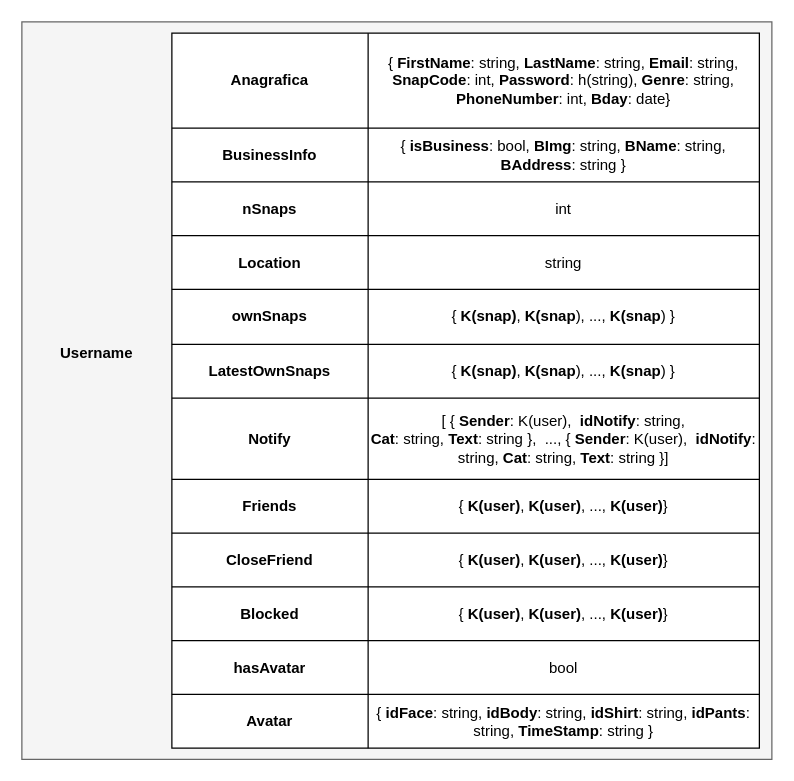
Earlier version of the draw.io diagram NoAM/collection-user.drawio (Antonet99/noSQL-Snapchat). Source tidied: cells renumbered, new cells numbered last; positions are measured from the earlier drawing's top-left corner, leaving out a move shared by most shapes. Both pictures are drawn from the tidied source at 125%, with x=0, y=0 at pixel (21, 21).
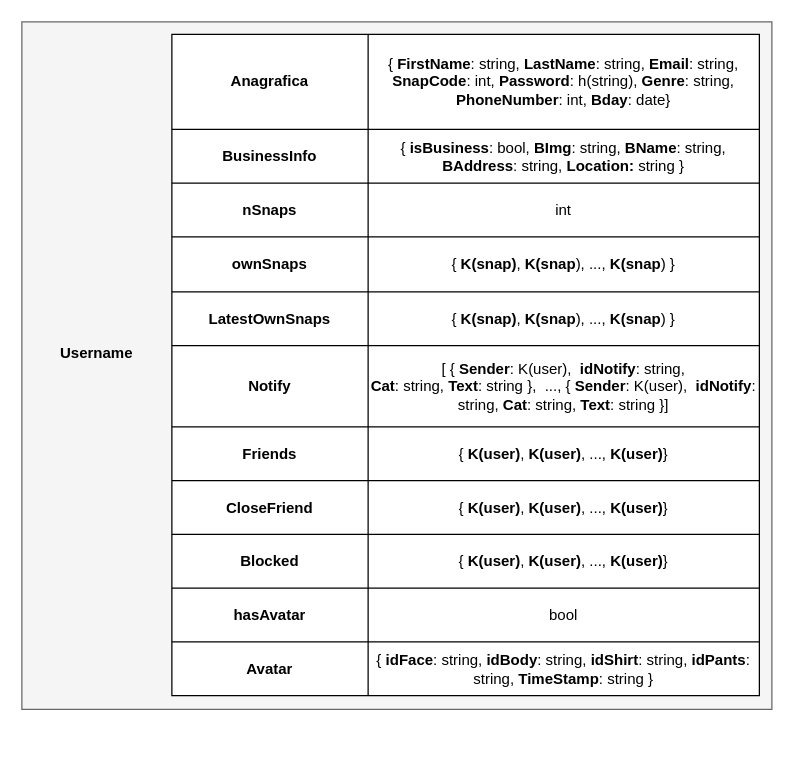
After the change.

Unchanged cells that the change refers to:
```xml
<mxCell id="8" style="shape=tableRow;horizontal=0;startSize=0;swimlaneHead=0;swimlaneBody=0;strokeColor=inherit;top=0;left=0;bottom=0;right=0;fillColor=none;" parent="4" vertex="1">
  <mxGeometry y="76" width="470" height="43" as="geometry" />
</mxCell>
```

Change to the diagram source:
```diff
@@
     <mxCell id="2" style="rounded=0;whiteSpace=wrap;html=1;fillColor=#f5f5f5;fontColor=#333333;strokeColor=#666666;" parent="1" vertex="1">
-      <mxGeometry width="600" height="590" as="geometry" />
+      <mxGeometry width="600" height="550" as="geometry" />
     </mxCell>
@@
     <mxCell id="4" style="shape=table;startSize=0;childLayout=tableLayout;" parent="1" vertex="1">
-      <mxGeometry x="120" y="9" width="470" height="572" as="geometry" />
+      <mxGeometry x="120" y="10" width="470" height="529" as="geometry" />
     </mxCell>
@@
-    <mxCell id="10" value="{ &lt;b&gt;isBusiness&lt;/b&gt;: bool, &lt;b&gt;BImg&lt;/b&gt;: string, &lt;b&gt;BName&lt;/b&gt;: string, &lt;b&gt;BAddress&lt;/b&gt;: string }" style="shape=partialRectangle;html=1;whiteSpace=wrap;strokeColor=inherit;overflow=hidden;fillColor=none;top=0;left=0;bottom=0;right=0;" parent="8" vertex="1">
+    <mxCell id="10" value="{ &lt;b&gt;isBusiness&lt;/b&gt;: bool, &lt;b&gt;BImg&lt;/b&gt;: string, &lt;b&gt;BName&lt;/b&gt;: string, &lt;b&gt;BAddress&lt;/b&gt;: string,&amp;nbsp;&lt;b&gt;Location: &lt;/b&gt;string }" style="shape=partialRectangle;html=1;whiteSpace=wrap;strokeColor=inherit;overflow=hidden;fillColor=none;top=0;left=0;bottom=0;right=0;" parent="8" vertex="1">
       <mxGeometry x="157" width="313" height="43" as="geometry" />
     </mxCell>
@@
-    <mxCell id="14" style="shape=tableRow;horizontal=0;startSize=0;swimlaneHead=0;swimlaneBody=0;strokeColor=inherit;top=0;left=0;bottom=0;right=0;fillColor=none;" parent="4" vertex="1">
-      <mxGeometry y="162" width="470" height="43" as="geometry" />
-    </mxCell>
-    <mxCell id="15" value="&lt;b&gt;Location&lt;/b&gt;" style="shape=partialRectangle;html=1;whiteSpace=wrap;strokeColor=inherit;overflow=hidden;fillColor=none;top=0;left=0;bottom=0;right=0;" parent="14" vertex="1">
-      <mxGeometry width="157" height="43" as="geometry" />
-    </mxCell>
-    <mxCell id="16" value="string" style="shape=partialRectangle;html=1;whiteSpace=wrap;strokeColor=inherit;overflow=hidden;fillColor=none;top=0;left=0;bottom=0;right=0;" parent="14" vertex="1">
-      <mxGeometry x="157" width="313" height="43" as="geometry" />
-    </mxCell>
     <mxCell id="17" style="shape=tableRow;horizontal=0;startSize=0;swimlaneHead=0;swimlaneBody=0;strokeColor=inherit;top=0;left=0;bottom=0;right=0;fillColor=none;" parent="4" vertex="1">
-      <mxGeometry y="205" width="470" height="44" as="geometry" />
+      <mxGeometry y="162" width="470" height="44" as="geometry" />
     </mxCell>
@@
     <mxCell id="20" style="shape=tableRow;horizontal=0;startSize=0;swimlaneHead=0;swimlaneBody=0;strokeColor=inherit;top=0;left=0;bottom=0;right=0;fillColor=none;" parent="4" vertex="1">
-      <mxGeometry y="249" width="470" height="43" as="geometry" />
+      <mxGeometry y="206" width="470" height="43" as="geometry" />
     </mxCell>
@@
     <mxCell id="23" style="shape=tableRow;horizontal=0;startSize=0;swimlaneHead=0;swimlaneBody=0;strokeColor=inherit;top=0;left=0;bottom=0;right=0;fillColor=none;" parent="4" vertex="1">
-      <mxGeometry y="292" width="470" height="65" as="geometry" />
+      <mxGeometry y="249" width="470" height="65" as="geometry" />
     </mxCell>
@@
     <mxCell id="26" style="shape=tableRow;horizontal=0;startSize=0;swimlaneHead=0;swimlaneBody=0;strokeColor=inherit;top=0;left=0;bottom=0;right=0;fillColor=none;" parent="4" vertex="1">
-      <mxGeometry y="357" width="470" height="43" as="geometry" />
+      <mxGeometry y="314" width="470" height="43" as="geometry" />
     </mxCell>
@@
     <mxCell id="29" style="shape=tableRow;horizontal=0;startSize=0;swimlaneHead=0;swimlaneBody=0;strokeColor=inherit;top=0;left=0;bottom=0;right=0;fillColor=none;" parent="4" vertex="1">
-      <mxGeometry y="400" width="470" height="43" as="geometry" />
+      <mxGeometry y="357" width="470" height="43" as="geometry" />
     </mxCell>
@@
     <mxCell id="32" style="shape=tableRow;horizontal=0;startSize=0;swimlaneHead=0;swimlaneBody=0;strokeColor=inherit;top=0;left=0;bottom=0;right=0;fillColor=none;" parent="4" vertex="1">
-      <mxGeometry y="443" width="470" height="43" as="geometry" />
+      <mxGeometry y="400" width="470" height="43" as="geometry" />
     </mxCell>
@@
     <mxCell id="35" style="shape=tableRow;horizontal=0;startSize=0;swimlaneHead=0;swimlaneBody=0;strokeColor=inherit;top=0;left=0;bottom=0;right=0;fillColor=none;" parent="4" vertex="1">
-      <mxGeometry y="486" width="470" height="43" as="geometry" />
+      <mxGeometry y="443" width="470" height="43" as="geometry" />
     </mxCell>
@@
     <mxCell id="38" style="shape=tableRow;horizontal=0;startSize=0;swimlaneHead=0;swimlaneBody=0;strokeColor=inherit;top=0;left=0;bottom=0;right=0;fillColor=none;" parent="4" vertex="1">
-      <mxGeometry y="529" width="470" height="43" as="geometry" />
+      <mxGeometry y="486" width="470" height="43" as="geometry" />
     </mxCell>
```
